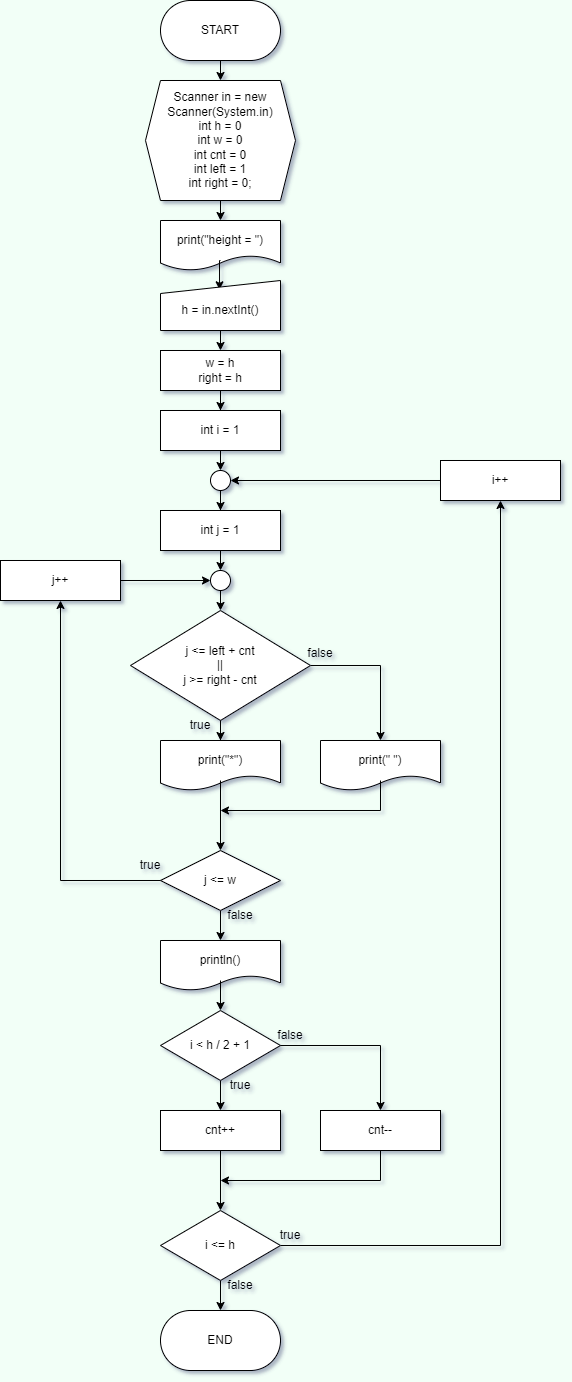
This is src/FlowChartImage/MakeShape_2.png from RepiDot/Individual, a draw.io export, as it was before one commit. Source tidied: cells renumbered, new cells last; positions are measured from the earlier drawing's top-left corner, leaving out a move shared by most shapes.
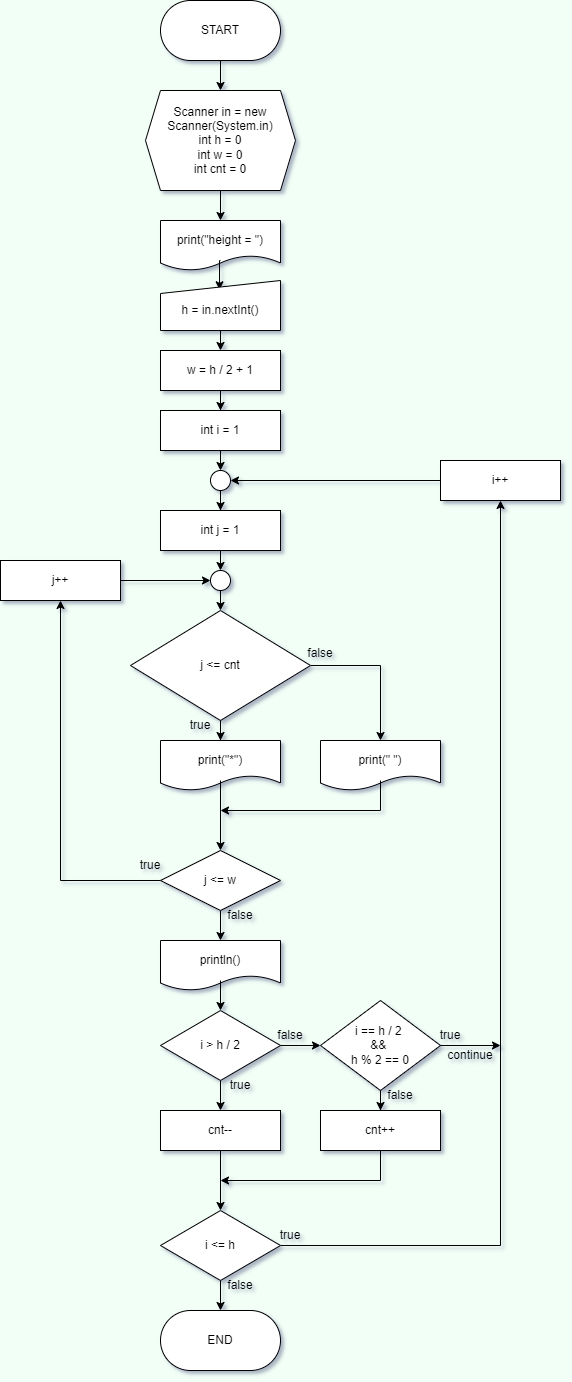
After the change.

The edit, as a diff of the source:
```diff
@@ -14,8 +14,8 @@
     <mxCell id="5" style="edgeStyle=orthogonalEdgeStyle;rounded=0;jettySize=auto;html=1;exitX=0.5;exitY=1;exitDx=0;exitDy=0;entryX=0.5;entryY=0;entryDx=0;entryDy=0;" parent="1" edge="1" source="6" target="7">
       <mxGeometry relative="1" as="geometry" />
     </mxCell>
-    <mxCell id="6" value="Scanner in = new Scanner(System.in)&lt;br&gt;int h = 0&lt;br&gt;int w = 0&lt;br&gt;int cnt = 0&lt;br&gt;int left = 1&lt;br&gt;int right = 0;" style="shape=hexagon;perimeter=hexagonPerimeter2;whiteSpace=wrap;html=1;fixedSize=1;size=15;" parent="1" vertex="1">
-      <mxGeometry x="145" y="80" width="150" height="120" as="geometry" />
+    <mxCell id="6" value="Scanner in = new Scanner(System.in)&lt;br&gt;int h = 0&lt;br&gt;int w = 0&lt;br&gt;int cnt = 0" style="shape=hexagon;perimeter=hexagonPerimeter2;whiteSpace=wrap;html=1;fixedSize=1;size=15;" parent="1" vertex="1">
+      <mxGeometry x="145" y="90" width="150" height="100" as="geometry" />
     </mxCell>
     <mxCell id="7" style="shape=document;whiteSpace=wrap;html=1;boundedLbl=1;" parent="1" vertex="1">
       <mxGeometry x="160" y="220" width="120" height="50" as="geometry" />
@@ -41,7 +41,7 @@
     <mxCell id="14" style="edgeStyle=orthogonalEdgeStyle;rounded=0;jettySize=auto;html=1;entryX=0.5;entryY=0;entryDx=0;entryDy=0;" parent="1" edge="1" source="15" target="20">
       <mxGeometry relative="1" as="geometry" />
     </mxCell>
-    <mxCell id="15" value="w = h&lt;br&gt;right = h" style="text;html=1;strokeColor=none;fillColor=none;align=center;verticalAlign=middle;whiteSpace=wrap;rounded=0;" parent="1" vertex="1">
+    <mxCell id="15" value="w = h / 2 + 1" style="text;html=1;strokeColor=none;fillColor=none;align=center;verticalAlign=middle;whiteSpace=wrap;rounded=0;" parent="1" vertex="1">
       <mxGeometry x="160" y="350" width="120" height="40" as="geometry" />
     </mxCell>
     <mxCell id="16" style="edgeStyle=orthogonalEdgeStyle;rounded=0;jettySize=auto;html=1;" parent="1" edge="1" source="17" target="23">
@@ -83,7 +83,7 @@
     <mxCell id="28" style="rhombus;whiteSpace=wrap;html=1;" parent="1" vertex="1">
       <mxGeometry x="130" y="610" width="180" height="110" as="geometry" />
     </mxCell>
-    <mxCell id="29" value="j &amp;lt;= left + cnt&lt;br&gt;||&lt;br&gt;j &amp;gt;= right - cnt" style="text;html=1;strokeColor=none;fillColor=none;align=center;verticalAlign=middle;whiteSpace=wrap;rounded=0;" parent="1" vertex="1">
+    <mxCell id="29" value="j &amp;lt;= cnt" style="text;html=1;strokeColor=none;fillColor=none;align=center;verticalAlign=middle;whiteSpace=wrap;rounded=0;" parent="1" vertex="1">
       <mxGeometry x="160" y="637.5" width="120" height="55" as="geometry" />
     </mxCell>
     <mxCell id="30" style="shape=document;whiteSpace=wrap;html=1;boundedLbl=1;" parent="1" vertex="1">
@@ -157,10 +157,10 @@
     <mxCell id="51" style="rhombus;whiteSpace=wrap;html=1;" parent="1" vertex="1">
       <mxGeometry x="160" y="1010" width="120" height="70" as="geometry" />
     </mxCell>
-    <mxCell id="52" style="edgeStyle=orthogonalEdgeStyle;rounded=0;jettySize=auto;html=1;entryX=0.5;entryY=0;entryDx=0;entryDy=0;" parent="1" edge="1" source="53" target="68">
+    <mxCell id="52" style="edgeStyle=orthogonalEdgeStyle;rounded=0;jettySize=auto;html=1;" parent="1" edge="1" source="53" target="74">
       <mxGeometry relative="1" as="geometry" />
     </mxCell>
-    <mxCell id="53" value="i &amp;lt; h / 2 + 1" style="text;html=1;strokeColor=none;fillColor=none;align=center;verticalAlign=middle;whiteSpace=wrap;rounded=0;" parent="1" vertex="1">
+    <mxCell id="53" value="i &amp;gt; h / 2" style="text;html=1;strokeColor=none;fillColor=none;align=center;verticalAlign=middle;whiteSpace=wrap;rounded=0;" parent="1" vertex="1">
       <mxGeometry x="160" y="1025" width="120" height="40" as="geometry" />
     </mxCell>
     <mxCell id="54" style="whiteSpace=wrap;html=1;" parent="1" vertex="1">
@@ -169,12 +169,32 @@
     <mxCell id="55" style="edgeStyle=orthogonalEdgeStyle;rounded=0;jettySize=auto;html=1;" parent="1" edge="1" source="56" target="60">
       <mxGeometry relative="1" as="geometry" />
     </mxCell>
-    <mxCell id="56" value="cnt++" style="text;html=1;strokeColor=none;fillColor=none;align=center;verticalAlign=middle;whiteSpace=wrap;rounded=0;" parent="1" vertex="1">
+    <mxCell id="56" value="cnt--" style="text;html=1;strokeColor=none;fillColor=none;align=center;verticalAlign=middle;whiteSpace=wrap;rounded=0;" parent="1" vertex="1">
       <mxGeometry x="160" y="1110" width="120" height="40" as="geometry" />
     </mxCell>
     <mxCell id="57" value="true" style="text;html=1;strokeColor=none;fillColor=none;align=center;verticalAlign=middle;whiteSpace=wrap;rounded=0;" parent="1" vertex="1">
       <mxGeometry x="210" y="1070" width="60" height="30" as="geometry" />
     </mxCell>
+    <mxCell id="73" style="edgeStyle=orthogonalEdgeStyle;rounded=0;jettySize=auto;html=1;" parent="1" edge="1" source="74" target="65">
+      <mxGeometry relative="1" as="geometry" />
+    </mxCell>
+    <mxCell id="74" style="rhombus;whiteSpace=wrap;html=1;" parent="1" vertex="1">
+      <mxGeometry x="320" y="1000" width="120" height="90" as="geometry" />
+    </mxCell>
+    <mxCell id="75" style="edgeStyle=orthogonalEdgeStyle;rounded=0;jettySize=auto;html=1;exitX=1;exitY=0.5;exitDx=0;exitDy=0;" parent="1" edge="1" source="76">
+      <mxGeometry relative="1" as="geometry">
+        <mxPoint x="500" y="1045" as="targetPoint" />
+      </mxGeometry>
+    </mxCell>
+    <mxCell id="76" value="i == h / 2 &lt;br&gt;&amp;amp;&amp;amp; &lt;br&gt;h % 2 == 0" style="text;html=1;strokeColor=none;fillColor=none;align=center;verticalAlign=middle;whiteSpace=wrap;rounded=0;" parent="1" vertex="1">
+      <mxGeometry x="320" y="1025" width="120" height="40" as="geometry" />
+    </mxCell>
+    <mxCell id="77" value="true" style="text;html=1;strokeColor=none;fillColor=none;align=center;verticalAlign=middle;whiteSpace=wrap;rounded=0;" parent="1" vertex="1">
+      <mxGeometry x="420" y="1020" width="60" height="30" as="geometry" />
+    </mxCell>
+    <mxCell id="78" value="false" style="text;html=1;strokeColor=none;fillColor=none;align=center;verticalAlign=middle;whiteSpace=wrap;rounded=0;" parent="1" vertex="1">
+      <mxGeometry x="370" y="1080" width="60" height="30" as="geometry" />
+    </mxCell>
     <mxCell id="58" style="edgeStyle=orthogonalEdgeStyle;rounded=0;jettySize=auto;html=1;entryX=0.5;entryY=1;entryDx=0;entryDy=0;" parent="1" edge="1" source="60" target="64">
       <mxGeometry relative="1" as="geometry" />
     </mxCell>
@@ -196,6 +216,9 @@
     <mxCell id="64" value="i++" style="text;html=1;strokeColor=none;fillColor=none;align=center;verticalAlign=middle;whiteSpace=wrap;rounded=0;" parent="1" vertex="1">
       <mxGeometry x="440" y="460" width="120" height="40" as="geometry" />
     </mxCell>
+    <mxCell id="79" value="continue" style="text;html=1;strokeColor=none;fillColor=none;align=center;verticalAlign=middle;whiteSpace=wrap;rounded=0;" parent="1" vertex="1">
+      <mxGeometry x="440" y="1040" width="60" height="30" as="geometry" />
+    </mxCell>
     <mxCell id="65" style="whiteSpace=wrap;html=1;" parent="1" vertex="1">
       <mxGeometry x="320" y="1110" width="120" height="40" as="geometry" />
     </mxCell>
@@ -211,7 +234,7 @@
         </Array>
       </mxGeometry>
     </mxCell>
-    <mxCell id="68" value="cnt--" style="text;html=1;strokeColor=none;fillColor=none;align=center;verticalAlign=middle;whiteSpace=wrap;rounded=0;" parent="1" vertex="1">
+    <mxCell id="68" value="cnt++" style="text;html=1;strokeColor=none;fillColor=none;align=center;verticalAlign=middle;whiteSpace=wrap;rounded=0;" parent="1" vertex="1">
       <mxGeometry x="320" y="1110" width="120" height="40" as="geometry" />
     </mxCell>
     <mxCell id="69" value="true" style="text;html=1;strokeColor=none;fillColor=none;align=center;verticalAlign=middle;whiteSpace=wrap;rounded=0;" parent="1" vertex="1">
```
